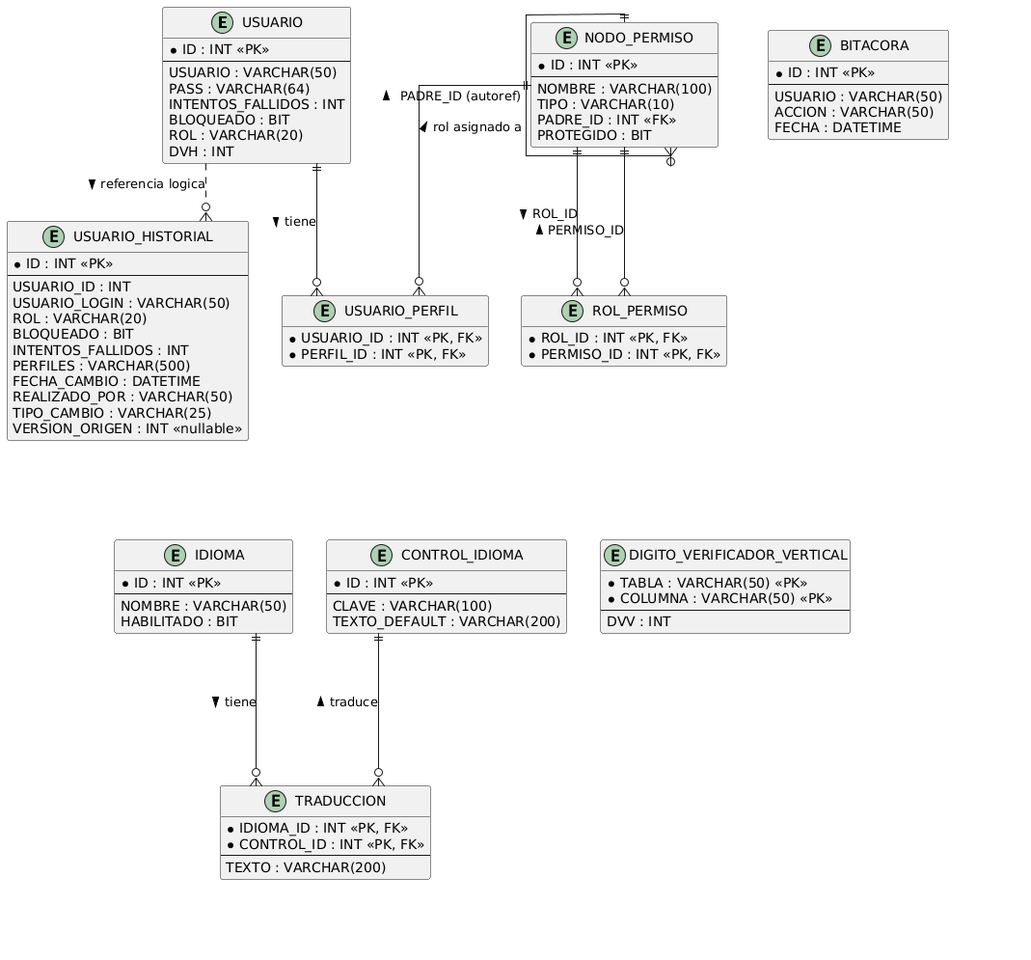
The PlantUML diagram DIAGRAMAS/DER.png in Urrels/ingenieria_software, before a commit. The source it was exported from:
```plantuml
@startuml DER - BDCAPAS

skinparam linetype ortho
hide empty methods

entity USUARIO {
  * ID : INT <<PK>>
  --
  USUARIO : VARCHAR(50)
  PASS : VARCHAR(64)
  INTENTOS_FALLIDOS : INT
  BLOQUEADO : BIT
  ROL : VARCHAR(20)
  DVH : INT
}

entity NODO_PERMISO {
  * ID : INT <<PK>>
  --
  NOMBRE : VARCHAR(100)
  TIPO : VARCHAR(10)
  PADRE_ID : INT <<FK>>
  PROTEGIDO : BIT
}

entity USUARIO_PERFIL {
  * USUARIO_ID : INT <<PK, FK>>
  * PERFIL_ID : INT <<PK, FK>>
}

entity ROL_PERMISO {
  * ROL_ID : INT <<PK, FK>>
  * PERMISO_ID : INT <<PK, FK>>
}

entity BITACORA {
  * ID : INT <<PK>>
  --
  USUARIO : VARCHAR(50)
  ACCION : VARCHAR(50)
  FECHA : DATETIME
}

entity IDIOMA {
  * ID : INT <<PK>>
  --
  NOMBRE : VARCHAR(50)
  HABILITADO : BIT
}

entity CONTROL_IDIOMA {
  * ID : INT <<PK>>
  --
  CLAVE : VARCHAR(100)
  TEXTO_DEFAULT : VARCHAR(200)
}

entity TRADUCCION {
  * IDIOMA_ID : INT <<PK, FK>>
  * CONTROL_ID : INT <<PK, FK>>
  --
  TEXTO : VARCHAR(200)
}

entity USUARIO_HISTORIAL {
  * ID : INT <<PK>>
  --
  USUARIO_ID : INT
  USUARIO_LOGIN : VARCHAR(50)
  ROL : VARCHAR(20)
  BLOQUEADO : BIT
  INTENTOS_FALLIDOS : INT
  PERFILES : VARCHAR(500)
  FECHA_CAMBIO : DATETIME
  REALIZADO_POR : VARCHAR(50)
  TIPO_CAMBIO : VARCHAR(25)
  VERSION_ORIGEN : INT <<nullable>>
}

entity DIGITO_VERIFICADOR_VERTICAL {
  * TABLA : VARCHAR(50) <<PK>>
  * COLUMNA : VARCHAR(50) <<PK>>
  --
  DVV : INT
}

USUARIO        ||--o{ USUARIO_PERFIL  : "tiene >"
NODO_PERMISO   ||--o{ USUARIO_PERFIL  : "< rol asignado a"
NODO_PERMISO   ||--o{ ROL_PERMISO     : "ROL_ID >"
NODO_PERMISO   ||--o{ ROL_PERMISO     : "< PERMISO_ID"
NODO_PERMISO   ||--o{ NODO_PERMISO    : "PADRE_ID (autoref) >"
IDIOMA         ||--o{ TRADUCCION      : "tiene >"
CONTROL_IDIOMA ||--o{ TRADUCCION      : "< traduce"

USUARIO        ..o{ USUARIO_HISTORIAL : "referencia logica >"

@enduml
```
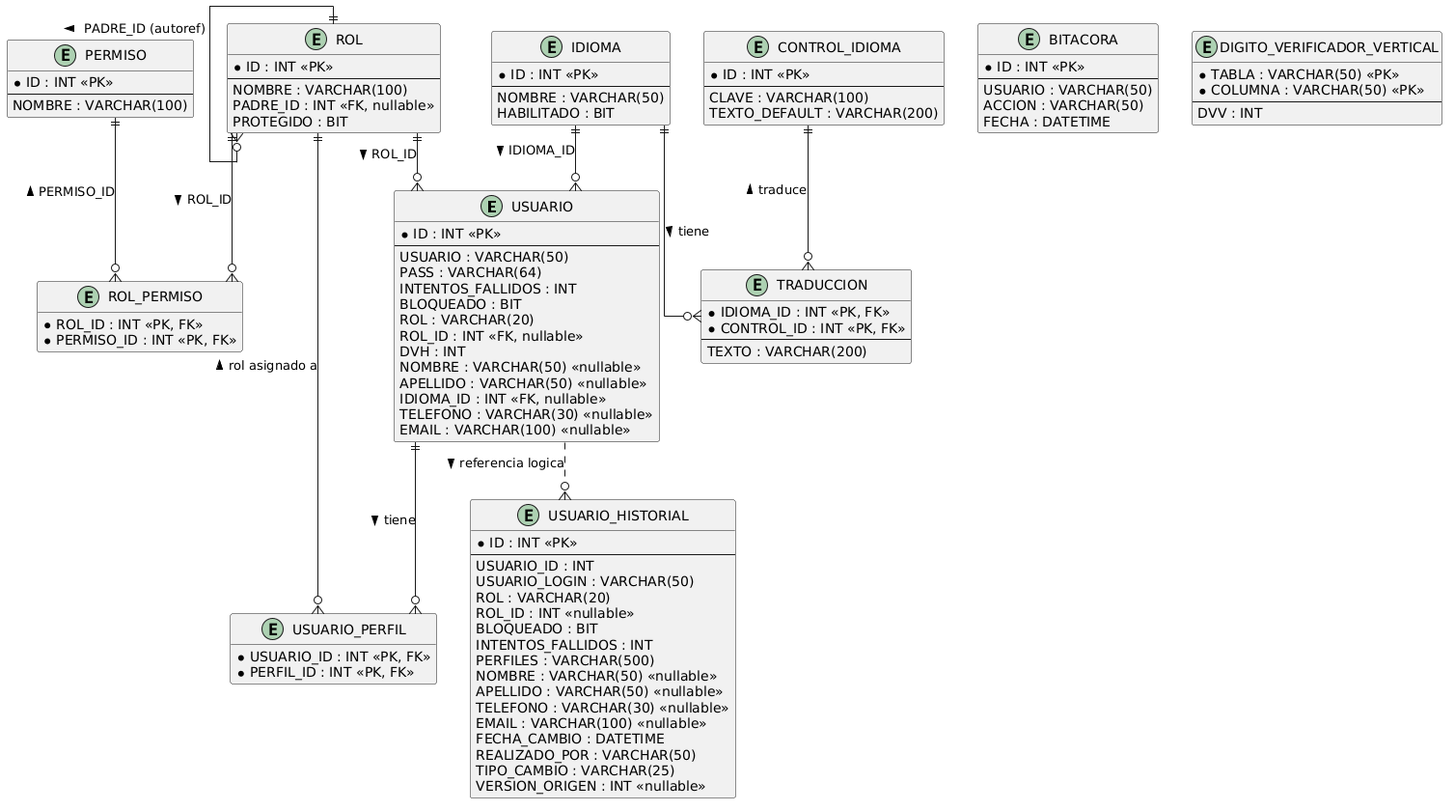
The same file after the commit.

Commit message:
docs: actualiza diagramas al modelo ROL/PERMISO separado

The edit, as a diff of the source:
```diff
@@ -11,16 +11,27 @@
   INTENTOS_FALLIDOS : INT
   BLOQUEADO : BIT
   ROL : VARCHAR(20)
+  ROL_ID : INT <<FK, nullable>>
   DVH : INT
+  NOMBRE : VARCHAR(50) <<nullable>>
+  APELLIDO : VARCHAR(50) <<nullable>>
+  IDIOMA_ID : INT <<FK, nullable>>
+  TELEFONO : VARCHAR(30) <<nullable>>
+  EMAIL : VARCHAR(100) <<nullable>>
 }
 
-entity NODO_PERMISO {
+entity ROL {
   * ID : INT <<PK>>
   --
   NOMBRE : VARCHAR(100)
-  TIPO : VARCHAR(10)
-  PADRE_ID : INT <<FK>>
+  PADRE_ID : INT <<FK, nullable>>
   PROTEGIDO : BIT
+}
+
+entity PERMISO {
+  * ID : INT <<PK>>
+  --
+  NOMBRE : VARCHAR(100)
 }
 
 entity USUARIO_PERFIL {
@@ -68,9 +79,14 @@
   USUARIO_ID : INT
   USUARIO_LOGIN : VARCHAR(50)
   ROL : VARCHAR(20)
+  ROL_ID : INT <<nullable>>
   BLOQUEADO : BIT
   INTENTOS_FALLIDOS : INT
   PERFILES : VARCHAR(500)
+  NOMBRE : VARCHAR(50) <<nullable>>
+  APELLIDO : VARCHAR(50) <<nullable>>
+  TELEFONO : VARCHAR(30) <<nullable>>
+  EMAIL : VARCHAR(100) <<nullable>>
   FECHA_CAMBIO : DATETIME
   REALIZADO_POR : VARCHAR(50)
   TIPO_CAMBIO : VARCHAR(25)
@@ -85,10 +101,12 @@
 }
 
 USUARIO        ||--o{ USUARIO_PERFIL  : "tiene >"
-NODO_PERMISO   ||--o{ USUARIO_PERFIL  : "< rol asignado a"
-NODO_PERMISO   ||--o{ ROL_PERMISO     : "ROL_ID >"
-NODO_PERMISO   ||--o{ ROL_PERMISO     : "< PERMISO_ID"
-NODO_PERMISO   ||--o{ NODO_PERMISO    : "PADRE_ID (autoref) >"
+ROL            ||--o{ USUARIO_PERFIL  : "< rol asignado a"
+ROL            ||--o{ ROL_PERMISO     : "ROL_ID >"
+PERMISO        ||--o{ ROL_PERMISO     : "< PERMISO_ID"
+ROL            ||--o{ ROL             : "PADRE_ID (autoref) >"
+ROL            ||--o{ USUARIO         : "ROL_ID >"
+IDIOMA         ||--o{ USUARIO         : "IDIOMA_ID >"
 IDIOMA         ||--o{ TRADUCCION      : "tiene >"
 CONTROL_IDIOMA ||--o{ TRADUCCION      : "< traduce"
 
```
